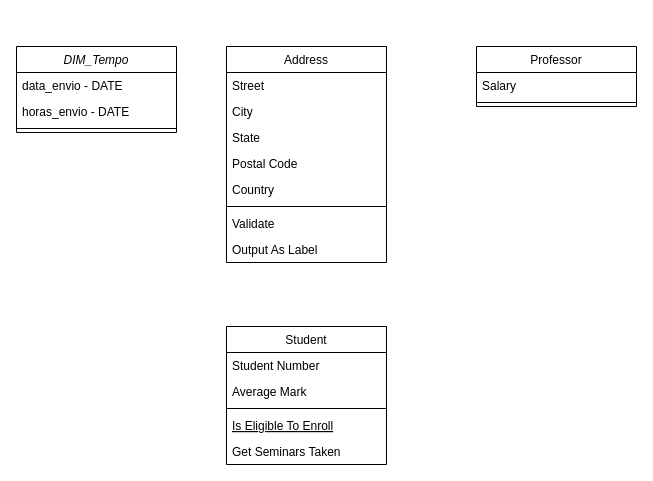
Before: unidade03/Diagrama_Projeto03unidade_EngenhariadeDados.drawio in HugoGomes35/Topicos-Especiais-em-BD, a draw.io diagram. Source tidied: cells renumbered, new cells numbered last; positions are measured from the earlier drawing's top-left corner, leaving out a move shared by most shapes. Both pictures are drawn from the tidied source at 100%, with x=0, y=0 at pixel (16, 46).
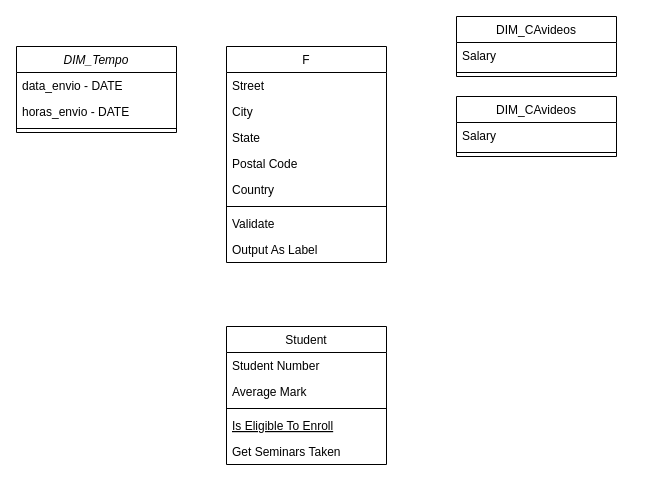
After the change.

Diff of the diagram source:
```diff
@@
-    <mxCell id="12" value="Professor" style="swimlane;fontStyle=0;align=center;verticalAlign=top;horizontal=1;startSize=26;rounded=0;shadow=0;strokeWidth=1;" parent="1" vertex="1">
-      <mxGeometry x="460" width="160" height="60" as="geometry" />
+    <mxCell id="12" value="DIM_CAvideos" style="swimlane;fontStyle=0;align=center;verticalAlign=top;horizontal=1;startSize=26;rounded=0;shadow=0;strokeWidth=1;" parent="1" vertex="1">
+      <mxGeometry x="440" y="-30" width="160" height="60" as="geometry" />
     </mxCell>
@@
-    <mxCell id="15" value="Address" style="swimlane;fontStyle=0;align=center;verticalAlign=top;horizontal=1;startSize=26;rounded=0;shadow=0;strokeWidth=1;" parent="1" vertex="1">
+    <mxCell id="15" value="F" style="swimlane;fontStyle=0;align=center;verticalAlign=top;horizontal=1;startSize=26;rounded=0;shadow=0;strokeWidth=1;" parent="1" vertex="1">
       <mxGeometry x="210" width="160" height="216" as="geometry" />
     </mxCell>
@@
+    <mxCell id="24" value="DIM_CAvideos" style="swimlane;fontStyle=0;align=center;verticalAlign=top;horizontal=1;startSize=26;rounded=0;shadow=0;strokeWidth=1;" parent="1" vertex="1">
+      <mxGeometry x="440" y="50" width="160" height="60" as="geometry" />
+    </mxCell>
+    <mxCell id="25" value="Salary" style="text;align=left;verticalAlign=top;spacingLeft=4;spacingRight=4;overflow=hidden;" parent="24" vertex="1">
+      <mxGeometry y="26" width="160" height="26" as="geometry" />
+    </mxCell>
+    <mxCell id="26" style="line;html=1;strokeWidth=1;align=left;verticalAlign=middle;spacingTop=-1;spacingLeft=3;spacingRight=3;labelPosition=right;" parent="24" vertex="1">
+      <mxGeometry y="52" width="160" height="8" as="geometry" />
+    </mxCell>
```
